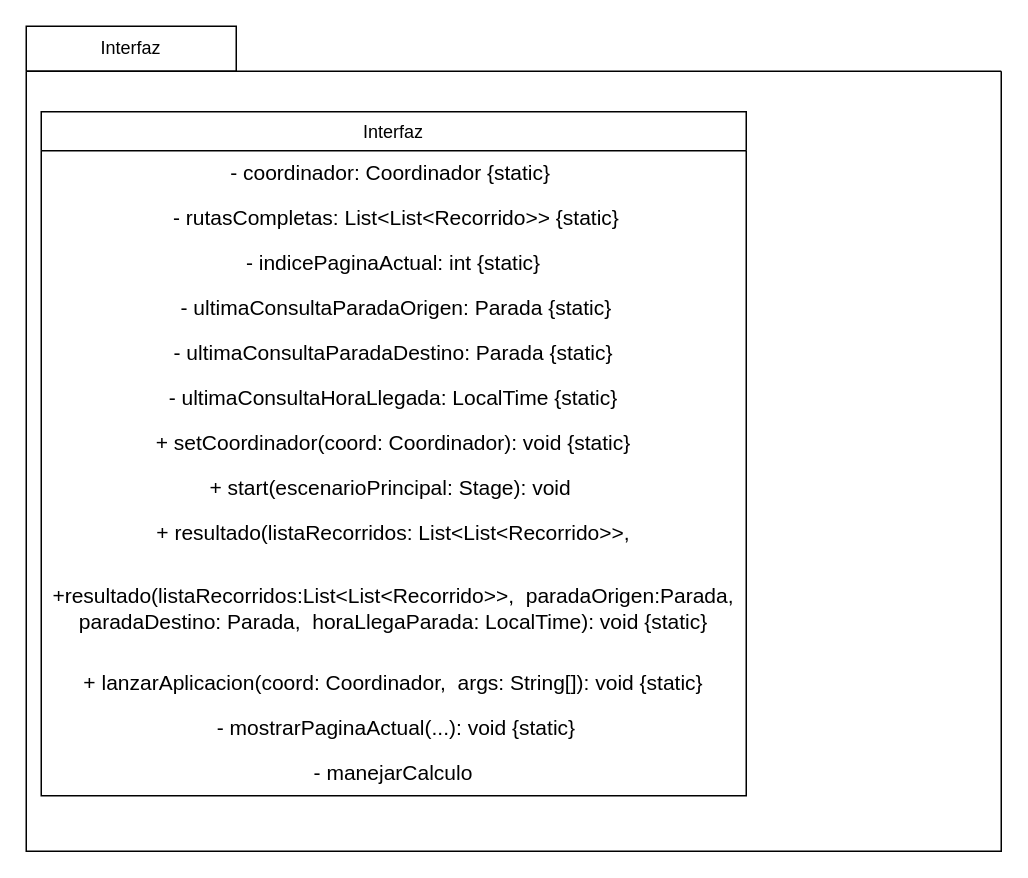
AverageZeko/POO-colectivos keeps this draw.io diagram as src/colectivo/doc/uml/drawio/colectivo.interfaz.drawio. Above is the earlier version. Source tidied: cells renumbered, new cells numbered last; positions are measured from the earlier drawing's top-left corner, leaving out a move shared by most shapes. Both pictures are drawn from the tidied source at 150%, with x=0, y=0 at pixel (26, 26).
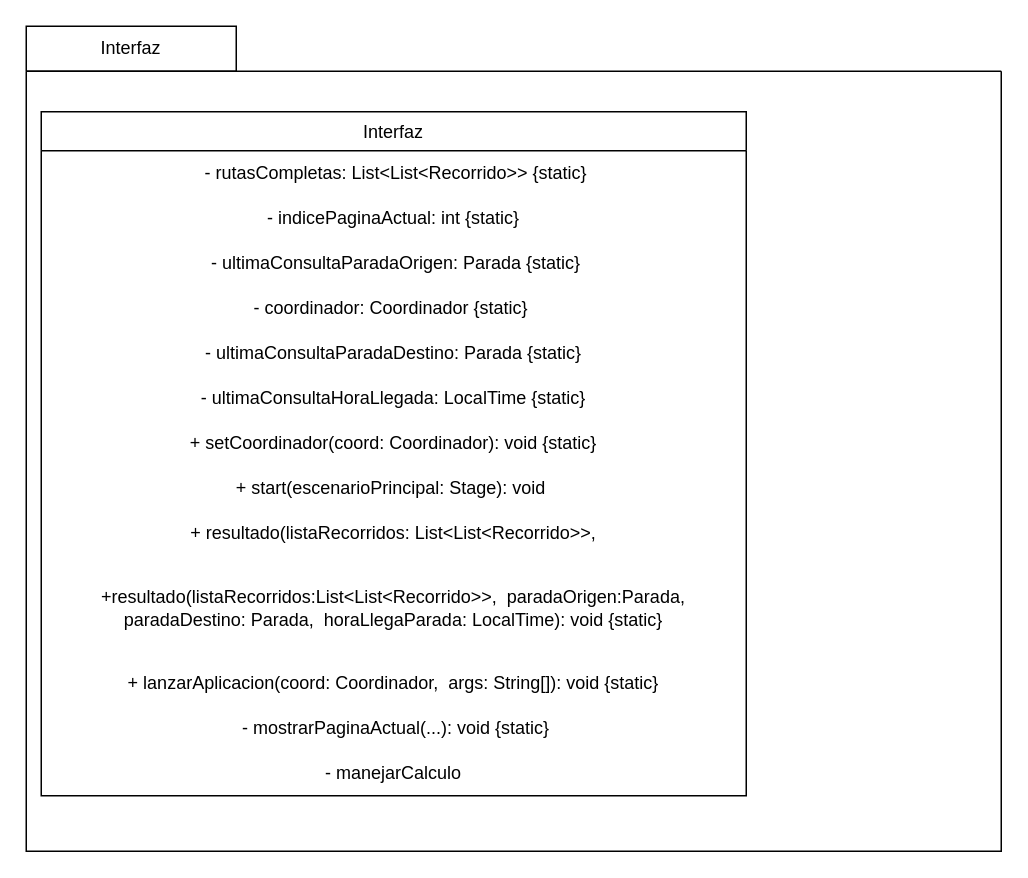
The same diagram, later.

Change to the diagram source:
```diff
@@
 <mxGraphModel>
   <root>
     <mxCell id="0" />
     <mxCell id="1" parent="0" />
     <mxCell id="2" value="Interfaz" style="swimlane;fontStyle=0;align=center;verticalAlign=top;horizontal=1;startSize=26;rounded=0;shadow=0;strokeWidth=1;" parent="1" vertex="1">
       <mxGeometry x="10" y="57" width="470" height="456" as="geometry" />
     </mxCell>
-    <mxCell id="3" value="&lt;font style=&quot;font-size: 14px;&quot;&gt;- coordinador: Coordinador {static}&amp;nbsp;&lt;/font&gt;" style="text;html=1;whiteSpace=wrap;strokeColor=none;fillColor=none;align=center;verticalAlign=middle;rounded=0;" parent="2" vertex="1">
-      <mxGeometry y="26" width="470" height="30" as="geometry" />
-    </mxCell>
-    <mxCell id="4" value="&lt;font style=&quot;font-size: 14px;&quot;&gt;&amp;nbsp;- rutasCompletas: List&amp;lt;List&amp;lt;Recorrido&amp;gt;&amp;gt; {static}&lt;/font&gt;" style="text;html=1;whiteSpace=wrap;strokeColor=none;fillColor=none;align=center;verticalAlign=middle;rounded=0;" parent="2" vertex="1">
-      <mxGeometry y="56" width="470" height="30" as="geometry" />
+    <mxCell id="4" value=" - rutasCompletas: List&lt;List&lt;Recorrido&gt;&gt; {static}" style="text;whiteSpace=wrap;strokeColor=none;fillColor=none;align=center;verticalAlign=middle;rounded=0;" parent="2" vertex="1">
+      <mxGeometry y="26" width="470" height="30" as="geometry" />
     </mxCell>
-    <mxCell id="5" value="&lt;font style=&quot;font-size: 14px;&quot;&gt;- indicePaginaActual: int {static}&lt;/font&gt;" style="text;html=1;whiteSpace=wrap;strokeColor=none;fillColor=none;align=center;verticalAlign=middle;rounded=0;" parent="2" vertex="1">
-      <mxGeometry y="86" width="470" height="30" as="geometry" />
+    <mxCell id="5" value="- indicePaginaActual: int {static}" style="text;whiteSpace=wrap;strokeColor=none;fillColor=none;align=center;verticalAlign=middle;rounded=0;" parent="2" vertex="1">
+      <mxGeometry y="56" width="470" height="30" as="geometry" />
     </mxCell>
-    <mxCell id="6" value="&lt;font style=&quot;font-size: 14px;&quot;&gt;&amp;nbsp;- ultimaConsultaParadaOrigen: Parada {static}&lt;/font&gt;" style="text;html=1;whiteSpace=wrap;strokeColor=none;fillColor=none;align=center;verticalAlign=middle;rounded=0;" parent="2" vertex="1">
-      <mxGeometry y="116" width="470" height="30" as="geometry" />
+    <mxCell id="6" value=" - ultimaConsultaParadaOrigen: Parada {static}" style="text;whiteSpace=wrap;strokeColor=none;fillColor=none;align=center;verticalAlign=middle;rounded=0;" parent="2" vertex="1">
+      <mxGeometry y="86" width="470" height="30" as="geometry" />
     </mxCell>
+    <mxCell id="3" value="- coordinador: Coordinador {static} " style="text;whiteSpace=wrap;strokeColor=none;fillColor=none;align=center;verticalAlign=middle;rounded=0;" parent="2" vertex="1">
+      <mxGeometry y="116" width="470" height="30" as="geometry" />
+    </mxCell>
-    <mxCell id="7" value="&lt;font style=&quot;font-size: 14px;&quot;&gt;- ultimaConsultaParadaDestino: Parada {static}&lt;/font&gt;" style="text;html=1;whiteSpace=wrap;strokeColor=none;fillColor=none;align=center;verticalAlign=middle;rounded=0;" parent="2" vertex="1">
+    <mxCell id="7" value="- ultimaConsultaParadaDestino: Parada {static}" style="text;whiteSpace=wrap;strokeColor=none;fillColor=none;align=center;verticalAlign=middle;rounded=0;" parent="2" vertex="1">
       <mxGeometry y="146" width="470" height="30" as="geometry" />
     </mxCell>
-    <mxCell id="8" value="&lt;font style=&quot;font-size: 14px;&quot;&gt;- ultimaConsultaHoraLlegada: LocalTime {static}&lt;/font&gt;" style="text;html=1;whiteSpace=wrap;strokeColor=none;fillColor=none;align=center;verticalAlign=middle;rounded=0;" parent="2" vertex="1">
+    <mxCell id="8" value="- ultimaConsultaHoraLlegada: LocalTime {static}" style="text;whiteSpace=wrap;strokeColor=none;fillColor=none;align=center;verticalAlign=middle;rounded=0;" parent="2" vertex="1">
       <mxGeometry y="176" width="470" height="30" as="geometry" />
     </mxCell>
-    <mxCell id="9" value="&lt;font style=&quot;font-size: 14px;&quot;&gt;+ setCoordinador(coord: Coordinador): void {static}&lt;/font&gt;" style="text;html=1;whiteSpace=wrap;strokeColor=none;fillColor=none;align=center;verticalAlign=middle;rounded=0;" parent="2" vertex="1">
+    <mxCell id="9" value="+ setCoordinador(coord: Coordinador): void {static}" style="text;whiteSpace=wrap;strokeColor=none;fillColor=none;align=center;verticalAlign=middle;rounded=0;" parent="2" vertex="1">
       <mxGeometry y="206" width="470" height="30" as="geometry" />
     </mxCell>
-    <mxCell id="10" value="&lt;font style=&quot;font-size: 14px;&quot;&gt;&amp;nbsp;+ start(escenarioPrincipal: Stage): void&amp;nbsp;&amp;nbsp;&lt;/font&gt;" style="text;html=1;whiteSpace=wrap;strokeColor=none;fillColor=none;align=center;verticalAlign=middle;rounded=0;" parent="2" vertex="1">
+    <mxCell id="10" value=" + start(escenarioPrincipal: Stage): void  " style="text;whiteSpace=wrap;strokeColor=none;fillColor=none;align=center;verticalAlign=middle;rounded=0;" parent="2" vertex="1">
       <mxGeometry y="236" width="470" height="30" as="geometry" />
     </mxCell>
-    <mxCell id="11" value="&lt;font style=&quot;font-size: 14px;&quot;&gt;+ resultado(listaRecorridos: List&amp;lt;List&amp;lt;Recorrido&amp;gt;&amp;gt;,&lt;/font&gt;" style="text;html=1;whiteSpace=wrap;strokeColor=none;fillColor=none;align=center;verticalAlign=middle;rounded=0;" parent="2" vertex="1">
+    <mxCell id="11" value="+ resultado(listaRecorridos: List&lt;List&lt;Recorrido&gt;&gt;," style="text;whiteSpace=wrap;strokeColor=none;fillColor=none;align=center;verticalAlign=middle;rounded=0;" parent="2" vertex="1">
       <mxGeometry y="266" width="470" height="30" as="geometry" />
     </mxCell>
-    <mxCell id="12" value="&lt;font style=&quot;font-size: 14px;&quot;&gt;+resultado(listaRecorridos:List&amp;lt;List&amp;lt;Recorrido&amp;gt;&amp;gt;,&amp;nbsp;&amp;nbsp;paradaOrigen:Parada, paradaDestino: Parada,&amp;nbsp; horaLlegaParada: LocalTime): void {static}&lt;/font&gt;" style="text;html=1;whiteSpace=wrap;strokeColor=none;fillColor=none;align=center;verticalAlign=middle;rounded=0;" parent="2" vertex="1">
+    <mxCell id="12" value="+resultado(listaRecorridos:List&lt;List&lt;Recorrido&gt;&gt;,  paradaOrigen:Parada, paradaDestino: Parada,  horaLlegaParada: LocalTime): void {static}" style="text;whiteSpace=wrap;strokeColor=none;fillColor=none;align=center;verticalAlign=middle;rounded=0;" parent="2" vertex="1">
       <mxGeometry y="296" width="470" height="70" as="geometry" />
     </mxCell>
-    <mxCell id="13" value="&lt;span style=&quot;font-size: 14px;&quot;&gt;+ lanzarAplicacion(coord: Coordinador,&amp;nbsp; args: String[]): void {static}&lt;/span&gt;" style="text;html=1;whiteSpace=wrap;strokeColor=none;fillColor=none;align=center;verticalAlign=middle;rounded=0;" parent="2" vertex="1">
+    <mxCell id="13" value="+ lanzarAplicacion(coord: Coordinador,  args: String[]): void {static}" style="text;whiteSpace=wrap;strokeColor=none;fillColor=none;align=center;verticalAlign=middle;rounded=0;" parent="2" vertex="1">
       <mxGeometry y="366" width="470" height="30" as="geometry" />
     </mxCell>
-    <mxCell id="14" value="&lt;font style=&quot;font-size: 14px;&quot;&gt;&amp;nbsp;- mostrarPaginaActual(...): void {static}&lt;/font&gt;" style="text;html=1;whiteSpace=wrap;strokeColor=none;fillColor=none;align=center;verticalAlign=middle;rounded=0;" parent="2" vertex="1">
+    <mxCell id="14" value=" - mostrarPaginaActual(...): void {static}" style="text;whiteSpace=wrap;strokeColor=none;fillColor=none;align=center;verticalAlign=middle;rounded=0;" parent="2" vertex="1">
       <mxGeometry y="396" width="470" height="30" as="geometry" />
     </mxCell>
-    <mxCell id="15" value="&lt;font style=&quot;font-size: 14px;&quot;&gt;- manejarCalculo&lt;/font&gt;" style="text;html=1;whiteSpace=wrap;strokeColor=none;fillColor=none;align=center;verticalAlign=middle;rounded=0;" parent="2" vertex="1">
+    <mxCell id="15" value="- manejarCalculo" style="text;whiteSpace=wrap;strokeColor=none;fillColor=none;align=center;verticalAlign=middle;rounded=0;" parent="2" vertex="1">
       <mxGeometry y="426" width="470" height="30" as="geometry" />
     </mxCell>
     <mxCell id="16" value="Interfaz" style="swimlane;fontStyle=0;horizontal=1;startSize=30;whiteSpace=wrap;html=1;" parent="1" vertex="1">
       <mxGeometry width="140" height="30" as="geometry" />
     </mxCell>
     <mxCell id="17" style="swimlane;fontStyle=0;horizontal=1;startSize=0;whiteSpace=wrap;html=1;" parent="1" vertex="1">
       <mxGeometry y="30" width="650" height="520" as="geometry" />
     </mxCell>
   </root>
 </mxGraphModel>
```
